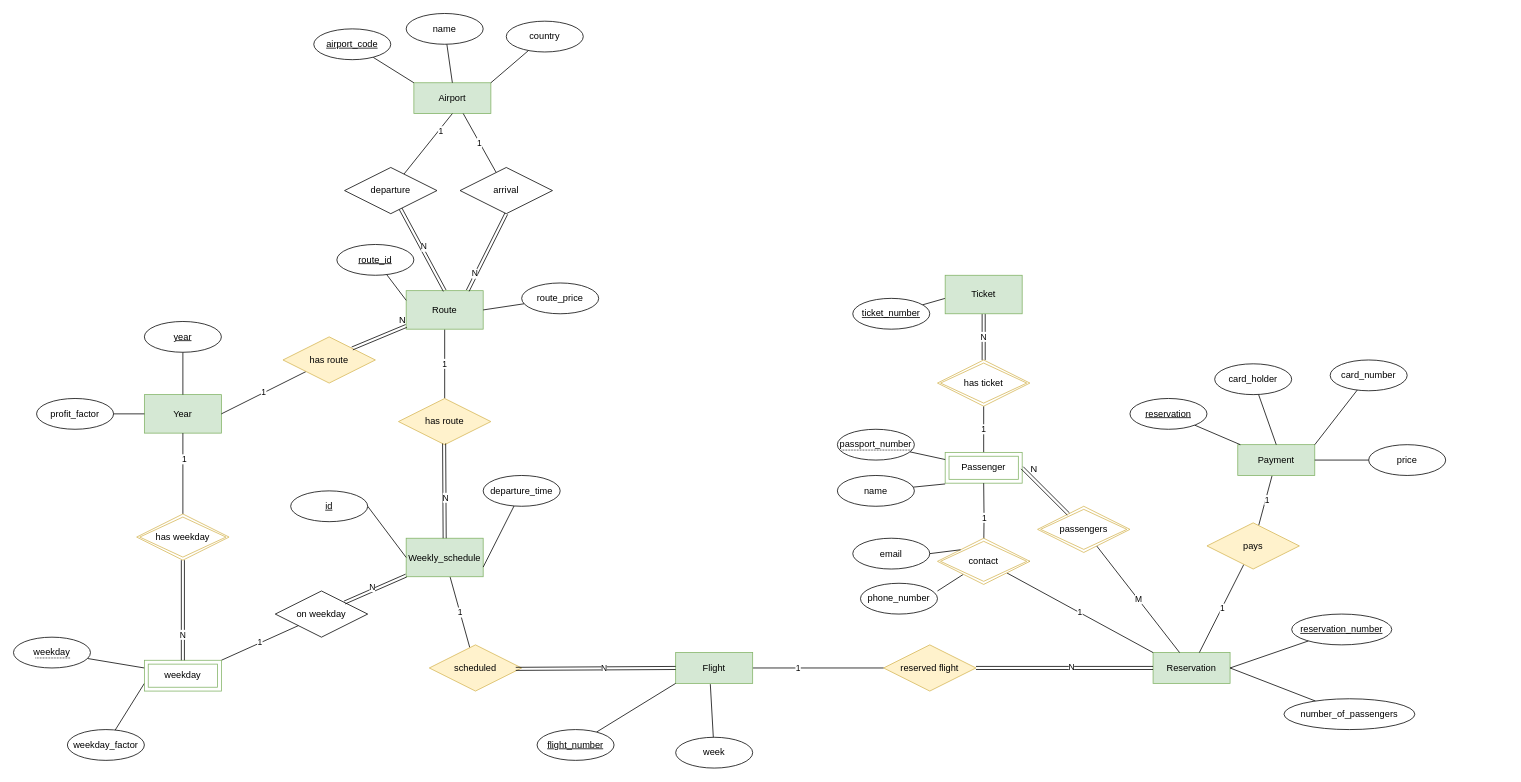
Earlier version of the draw.io diagram page "Page-1" (1 of 2) of lab4/lab4b.drawio (linderjohan/TDDD37-database-technology). Source tidied: cells renumbered, new cells numbered last; positions are measured from the earlier drawing's top-left corner, leaving out a move shared by most shapes. Both pictures are drawn from the tidied source at 77%, with x=0, y=0 at pixel (13, 13).
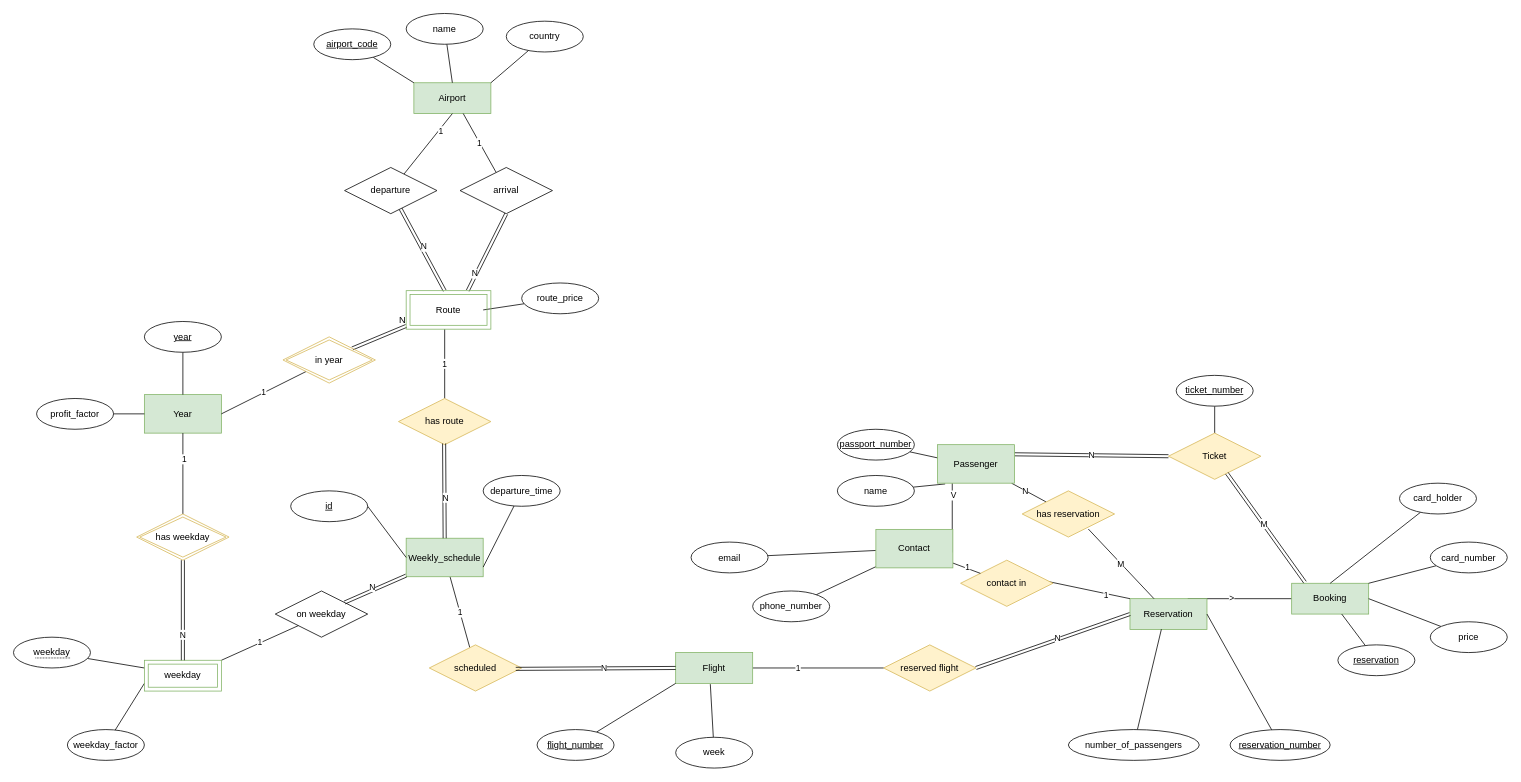
The same page after the edit.

The change refers to these unchanged cells:
```xml
<mxCell id="28" value="has route" style="shape=rhombus;perimeter=rhombusPerimeter;whiteSpace=wrap;html=1;align=center;fillColor=#fff2cc;strokeColor=#d6b656;" parent="1" vertex="1">
  <mxGeometry x="500" y="500" width="120" height="60" as="geometry" />
</mxCell>
<mxCell id="57" value="route_price" style="ellipse;whiteSpace=wrap;html=1;align=center;" parent="1" vertex="1">
  <mxGeometry x="660" y="350" width="100" height="40" as="geometry" />
</mxCell>
<mxCell id="59" value="Year" style="whiteSpace=wrap;html=1;align=center;fillColor=#d5e8d4;strokeColor=#82b366;" parent="1" vertex="1">
  <mxGeometry x="170" y="495" width="100" height="50" as="geometry" />
</mxCell>
```

The edit, as a diff of the source:
```diff
@@
-    <mxCell id="2" style="rounded=0;jettySize=auto;html=1;endArrow=none;endFill=0;" parent="1" edge="1" source="4" target="19">
+    <mxCell id="2" style="rounded=0;jettySize=auto;html=1;endArrow=none;endFill=0;entryX=0.75;entryY=0;entryDx=0;entryDy=0;" parent="1" edge="1" source="4" target="16">
       <mxGeometry relative="1" as="geometry" />
     </mxCell>
-    <mxCell id="3" value="1" style="edgeLabel;html=1;align=center;verticalAlign=middle;" parent="2" vertex="1">
-      <mxGeometry x="-0.06" y="2" relative="1" as="geometry">
-        <mxPoint x="-1" as="offset" />
-      </mxGeometry>
-    </mxCell>
+    <mxCell id="112" value="&amp;gt;" style="edgeLabel;html=1;align=center;verticalAlign=middle;" parent="2" vertex="1">
+      <mxGeometry x="0.17" y="-1" relative="1" as="geometry" />
+    </mxCell>
-    <mxCell id="4" value="Payment" style="whiteSpace=wrap;html=1;align=center;fillColor=#d5e8d4;strokeColor=#82b366;" parent="1" vertex="1">
-      <mxGeometry x="1590" y="560" width="100" height="40" as="geometry" />
+    <mxCell id="4" value="Booking" style="whiteSpace=wrap;html=1;align=center;fillColor=#d5e8d4;strokeColor=#82b366;" parent="1" vertex="1">
+      <mxGeometry x="1660" y="740" width="100" height="40" as="geometry" />
     </mxCell>
@@
     <mxCell id="6" value="reservation" style="ellipse;whiteSpace=wrap;html=1;align=center;fontStyle=4;" parent="1" vertex="1">
-      <mxGeometry x="1450" y="500" width="100" height="40" as="geometry" />
+      <mxGeometry x="1720" y="820" width="100" height="40" as="geometry" />
     </mxCell>
@@
     <mxCell id="8" value="card_holder" style="ellipse;whiteSpace=wrap;html=1;align=center;" parent="1" vertex="1">
-      <mxGeometry x="1560" y="455" width="100" height="40" as="geometry" />
+      <mxGeometry x="1800" y="610" width="100" height="40" as="geometry" />
     </mxCell>
@@
     <mxCell id="10" value="card_number" style="ellipse;whiteSpace=wrap;html=1;align=center;" parent="1" vertex="1">
-      <mxGeometry x="1710" y="450" width="100" height="40" as="geometry" />
+      <mxGeometry x="1840" y="686.5" width="100" height="40" as="geometry" />
     </mxCell>
@@
     <mxCell id="12" value="price" style="ellipse;whiteSpace=wrap;html=1;align=center;" parent="1" vertex="1">
-      <mxGeometry x="1760" y="560" width="100" height="40" as="geometry" />
+      <mxGeometry x="1840" y="790" width="100" height="40" as="geometry" />
     </mxCell>
-    <mxCell id="13" style="rounded=0;jettySize=auto;html=1;entryX=0;entryY=0.5;entryDx=0;entryDy=0;endArrow=none;endFill=0;" parent="1" edge="1" source="14">
-      <mxGeometry relative="1" as="geometry">
-        <mxPoint x="1210" y="370" as="targetPoint" />
-      </mxGeometry>
+    <mxCell id="13" style="rounded=0;jettySize=auto;html=1;entryX=0.5;entryY=0;entryDx=0;entryDy=0;endArrow=none;endFill=0;" parent="1" edge="1" source="14" target="111">
+      <mxGeometry relative="1" as="geometry" />
     </mxCell>
     <mxCell id="14" value="ticket_number" style="ellipse;whiteSpace=wrap;html=1;align=center;fontStyle=4;" parent="1" vertex="1">
-      <mxGeometry x="1090" y="370" width="100" height="40" as="geometry" />
+      <mxGeometry x="1510" y="470" width="100" height="40" as="geometry" />
     </mxCell>
-    <mxCell id="15" value="1" style="rounded=0;jettySize=auto;html=1;endArrow=none;endFill=0;exitX=0.5;exitY=1;exitDx=0;exitDy=0;" parent="1" edge="1" source="83">
-      <mxGeometry relative="1" as="geometry">
-        <mxPoint x="1260" y="570" as="targetPoint" />
-      </mxGeometry>
-    </mxCell>
     <mxCell id="16" value="Reservation" style="whiteSpace=wrap;html=1;align=center;fillColor=#d5e8d4;strokeColor=#82b366;" parent="1" vertex="1">
-      <mxGeometry x="1480" y="830" width="100" height="40" as="geometry" />
+      <mxGeometry x="1450" y="760" width="100" height="40" as="geometry" />
     </mxCell>
-    <mxCell id="17" style="rounded=0;jettySize=auto;html=1;endArrow=none;endFill=0;" parent="1" edge="1" source="19" target="16">
-      <mxGeometry relative="1" as="geometry" />
-    </mxCell>
-    <mxCell id="18" value="1" style="edgeLabel;html=1;align=center;verticalAlign=middle;" parent="17" vertex="1">
-      <mxGeometry relative="1" as="geometry" />
-    </mxCell>
-    <mxCell id="19" value="pays" style="shape=rhombus;perimeter=rhombusPerimeter;whiteSpace=wrap;html=1;align=center;fillColor=#fff2cc;strokeColor=#d6b656;" parent="1" vertex="1">
-      <mxGeometry x="1550" y="661.5" width="120" height="60" as="geometry" />
-    </mxCell>
-    <mxCell id="20" value="1" style="edgeStyle=none;rounded=0;jettySize=auto;html=1;entryX=0.5;entryY=0;entryDx=0;entryDy=0;endArrow=none;endFill=0;" parent="1" edge="1" source="21" target="28">
-      <mxGeometry relative="1" as="geometry" />
+    <mxCell id="20" value="1" style="edgeStyle=none;rounded=0;jettySize=auto;html=1;entryX=0.5;entryY=0;entryDx=0;entryDy=0;endArrow=none;endFill=0;" parent="1" edge="1" target="28">
+      <mxGeometry relative="1" as="geometry">
+        <mxPoint x="560" y="410" as="sourcePoint" />
+      </mxGeometry>
     </mxCell>
-    <mxCell id="21" value="Route" style="whiteSpace=wrap;html=1;align=center;fillColor=#d5e8d4;strokeColor=#82b366;" parent="1" vertex="1">
-      <mxGeometry x="510" y="360" width="100" height="50" as="geometry" />
-    </mxCell>
-    <mxCell id="22" value="Passenger" style="shape=ext;margin=3;double=1;whiteSpace=wrap;html=1;align=center;strokeColor=#82b366;fillColor=none;" parent="1" vertex="1">
-      <mxGeometry x="1210" y="570" width="100" height="40" as="geometry" />
-    </mxCell>
-    <mxCell id="23" style="rounded=0;jettySize=auto;html=1;entryX=0;entryY=0.25;entryDx=0;entryDy=0;endArrow=none;endFill=0;" parent="1" edge="1" source="24" target="21">
-      <mxGeometry relative="1" as="geometry" />
-    </mxCell>
-    <mxCell id="24" value="route_id" style="ellipse;whiteSpace=wrap;html=1;align=center;fontStyle=4;" parent="1" vertex="1">
-      <mxGeometry x="420" y="300" width="100" height="40" as="geometry" />
-    </mxCell>
-    <mxCell id="25" value="M" style="rounded=0;jettySize=auto;html=1;endArrow=none;endFill=0;strokeColor=#000000;" parent="1" edge="1" source="26" target="16">
+    <mxCell id="25" value="M" style="rounded=0;jettySize=auto;html=1;endArrow=none;endFill=0;strokeColor=#000000;exitX=0.716;exitY=0.826;exitDx=0;exitDy=0;exitPerimeter=0;" parent="1" edge="1" source="120" target="16">
       <mxGeometry relative="1" as="geometry" />
     </mxCell>
-    <mxCell id="26" value="passengers" style="shape=rhombus;double=1;perimeter=rhombusPerimeter;whiteSpace=wrap;html=1;align=center;strokeColor=#d6b656;fillColor=none;" parent="1" vertex="1">
-      <mxGeometry x="1330" y="640" width="120" height="60" as="geometry" />
-    </mxCell>
@@
-    <mxCell id="31" style="rounded=0;jettySize=auto;html=1;endArrow=none;endFill=0;strokeColor=#000000;" parent="1" edge="1" source="34" target="22">
-      <mxGeometry relative="1" as="geometry" />
+    <mxCell id="31" style="rounded=0;jettySize=auto;html=1;endArrow=none;endFill=0;strokeColor=#000000;" parent="1" edge="1" source="34">
+      <mxGeometry relative="1" as="geometry">
+        <mxPoint x="1210" y="579.3" as="targetPoint" />
+      </mxGeometry>
     </mxCell>
@@
-    <mxCell id="34" value="&lt;span style=&quot;border-bottom: 1px dotted&quot;&gt;passport_number&lt;/span&gt;" style="ellipse;whiteSpace=wrap;html=1;align=center;" parent="1" vertex="1">
+    <mxCell id="34" value="&lt;u&gt;passport_number&lt;/u&gt;" style="ellipse;whiteSpace=wrap;html=1;align=center;" parent="1" vertex="1">
       <mxGeometry x="1070" y="540" width="100" height="40" as="geometry" />
     </mxCell>
@@
     <mxCell id="43" value="reservation_number" style="ellipse;whiteSpace=wrap;html=1;align=center;fontStyle=4;" parent="1" vertex="1">
-      <mxGeometry x="1660" y="780" width="130" height="40" as="geometry" />
+      <mxGeometry x="1580" y="930" width="130" height="40" as="geometry" />
     </mxCell>
@@
-    <mxCell id="45" style="rounded=0;jettySize=auto;html=1;entryX=1;entryY=0.5;entryDx=0;entryDy=0;endArrow=none;endFill=0;strokeColor=#000000;" parent="1" edge="1" source="46" target="16">
+    <mxCell id="45" style="rounded=0;jettySize=auto;html=1;entryX=0.408;entryY=0.992;entryDx=0;entryDy=0;endArrow=none;endFill=0;strokeColor=#000000;entryPerimeter=0;" parent="1" edge="1" source="46" target="16">
       <mxGeometry relative="1" as="geometry" />
     </mxCell>
     <mxCell id="46" value="number_of_passengers" style="ellipse;whiteSpace=wrap;html=1;align=center;" parent="1" vertex="1">
-      <mxGeometry x="1650" y="890" width="170" height="40" as="geometry" />
+      <mxGeometry x="1370" y="930" width="170" height="40" as="geometry" />
     </mxCell>
+    <mxCell id="113" style="edgeStyle=none;rounded=0;jettySize=auto;html=1;endArrow=none;endFill=0;" parent="1" edge="1" source="47" target="124">
+      <mxGeometry relative="1" as="geometry" />
+    </mxCell>
     <mxCell id="47" value="phone_number" style="ellipse;whiteSpace=wrap;html=1;align=center;" parent="1" vertex="1">
-      <mxGeometry x="1100" y="740" width="100" height="40" as="geometry" />
+      <mxGeometry x="960" y="750" width="100" height="40" as="geometry" />
     </mxCell>
-    <mxCell id="48" style="edgeStyle=none;rounded=0;jettySize=auto;html=1;exitX=1;exitY=0.5;exitDx=0;exitDy=0;entryX=0;entryY=0;entryDx=0;entryDy=0;endArrow=none;endFill=0;strokeColor=#000000;" parent="1" edge="1" source="109">
-      <mxGeometry relative="1" as="geometry">
-        <mxPoint x="1235" y="712.5" as="targetPoint" />
-      </mxGeometry>
-    </mxCell>
+    <mxCell id="114" style="edgeStyle=none;rounded=0;jettySize=auto;html=1;endArrow=none;endFill=0;" parent="1" edge="1" source="49" target="124">
+      <mxGeometry relative="1" as="geometry" />
+    </mxCell>
     <mxCell id="49" value="email" style="ellipse;whiteSpace=wrap;html=1;align=center;" parent="1" vertex="1">
-      <mxGeometry x="1090" y="681.5" width="100" height="40" as="geometry" />
+      <mxGeometry x="880" y="686.5" width="100" height="40" as="geometry" />
     </mxCell>
@@
-    <mxCell id="54" style="shape=link;html=1;rounded=0;endArrow=none;endFill=0;strokeColor=#000000;exitX=1;exitY=0.5;exitDx=0;exitDy=0;" parent="1" edge="1" source="22" target="26">
-      <mxGeometry relative="1" as="geometry" />
-    </mxCell>
-    <mxCell id="55" value="N" style="html=1;align=right;verticalAlign=bottom;" parent="54" vertex="1">
-      <mxGeometry x="1" relative="1" as="geometry">
-        <mxPoint x="-39.8" y="-49.8" as="offset" />
-      </mxGeometry>
-    </mxCell>
-    <mxCell id="56" style="edgeStyle=none;rounded=0;jettySize=auto;html=1;entryX=1;entryY=0.5;entryDx=0;entryDy=0;endArrow=none;endFill=0;" parent="1" edge="1" source="57" target="21">
-      <mxGeometry relative="1" as="geometry" />
+    <mxCell id="56" style="edgeStyle=none;rounded=0;jettySize=auto;html=1;entryX=1;entryY=0.5;entryDx=0;entryDy=0;endArrow=none;endFill=0;" parent="1" edge="1" source="57">
+      <mxGeometry relative="1" as="geometry">
+        <mxPoint x="610" y="385" as="targetPoint" />
+      </mxGeometry>
     </mxCell>
@@
-    <mxCell id="77" value="1" style="edgeStyle=none;rounded=0;jettySize=auto;html=1;entryX=1;entryY=0.5;entryDx=0;entryDy=0;endArrow=none;endFill=0;strokeColor=#000000;" parent="1" edge="1" source="78" target="59">
-      <mxGeometry relative="1" as="geometry" />
+    <mxCell id="77" value="1" style="edgeStyle=none;rounded=0;jettySize=auto;html=1;entryX=1;entryY=0.5;entryDx=0;entryDy=0;endArrow=none;endFill=0;strokeColor=#000000;" parent="1" edge="1" target="59">
+      <mxGeometry relative="1" as="geometry">
+        <mxPoint x="380" y="465" as="sourcePoint" />
+      </mxGeometry>
     </mxCell>
-    <mxCell id="78" value="has route" style="shape=rhombus;perimeter=rhombusPerimeter;whiteSpace=wrap;html=1;align=center;fillColor=#fff2cc;strokeColor=#d6b656;" parent="1" vertex="1">
-      <mxGeometry x="350" y="420" width="120" height="60" as="geometry" />
-    </mxCell>
@@
-    <mxCell id="83" value="has ticket" style="shape=rhombus;double=1;perimeter=rhombusPerimeter;whiteSpace=wrap;html=1;align=center;strokeColor=#d6b656;fillColor=none;" parent="1" vertex="1">
-      <mxGeometry x="1200" y="450" width="120" height="60" as="geometry" />
-    </mxCell>
@@
-    <mxCell id="87" value="N" style="shape=link;html=1;rounded=0;endArrow=none;endFill=0;strokeColor=#000000;exitX=0.5;exitY=0;exitDx=0;exitDy=0;entryX=0.5;entryY=1;entryDx=0;entryDy=0;" parent="1" edge="1" source="83">
-      <mxGeometry relative="1" as="geometry">
-        <mxPoint x="1260" y="390" as="targetPoint" />
-      </mxGeometry>
+    <mxCell id="87" value="N" style="shape=link;html=1;rounded=0;endArrow=none;endFill=0;strokeColor=#000000;exitX=1;exitY=0.25;exitDx=0;exitDy=0;entryX=0;entryY=0.5;entryDx=0;entryDy=0;" parent="1" edge="1" source="22" target="111">
+      <mxGeometry relative="1" as="geometry" />
     </mxCell>
@@
-    <mxCell id="90" style="shape=link;html=1;rounded=0;endArrow=none;endFill=0;strokeColor=#000000;exitX=1;exitY=0;exitDx=0;exitDy=0;" parent="1" edge="1" source="78" target="21">
-      <mxGeometry relative="1" as="geometry" />
+    <mxCell id="90" style="shape=link;html=1;rounded=0;endArrow=none;endFill=0;strokeColor=#000000;exitX=1;exitY=0;exitDx=0;exitDy=0;" parent="1" edge="1">
+      <mxGeometry relative="1" as="geometry">
+        <mxPoint x="440" y="435" as="sourcePoint" />
+        <mxPoint x="510" y="405.8" as="targetPoint" />
+      </mxGeometry>
     </mxCell>
@@
-    <mxCell id="97" value="1" style="edgeStyle=none;rounded=0;jettySize=auto;html=1;entryX=0;entryY=0;entryDx=0;entryDy=0;endArrow=none;endFill=0;strokeColor=#000000;exitX=1;exitY=1;exitDx=0;exitDy=0;" parent="1" edge="1" source="109" target="16">
-      <mxGeometry relative="1" as="geometry" />
+    <mxCell id="97" style="edgeStyle=none;rounded=0;jettySize=auto;html=1;entryX=0;entryY=0;entryDx=0;entryDy=0;endArrow=none;endFill=0;strokeColor=#000000;exitX=1;exitY=1;exitDx=0;exitDy=0;" parent="1" edge="1" target="16">
+      <mxGeometry relative="1" as="geometry">
+        <mxPoint x="1290" y="726.5" as="sourcePoint" />
+      </mxGeometry>
     </mxCell>
+    <mxCell id="115" value="1" style="edgeLabel;html=1;align=center;verticalAlign=middle;" parent="97" vertex="1">
+      <mxGeometry x="0.6" y="-1" relative="1" as="geometry" />
+    </mxCell>
-    <mxCell id="98" value="1" style="edgeStyle=orthogonalEdgeStyle;rounded=0;jettySize=auto;html=1;endArrow=none;endFill=0;" parent="1" edge="1" target="22">
+    <mxCell id="98" style="edgeStyle=orthogonalEdgeStyle;rounded=0;orthogonalLoop=1;jettySize=auto;html=1;endArrow=none;endFill=0;" parent="1" edge="1">
       <mxGeometry relative="1" as="geometry">
-        <mxPoint x="1260" y="700" as="sourcePoint" />
+        <mxPoint x="1219.2" y="700" as="sourcePoint" />
+        <mxPoint x="1219.2" y="610" as="targetPoint" />
       </mxGeometry>
     </mxCell>
+    <mxCell id="116" value="V" style="edgeLabel;html=1;align=center;verticalAlign=middle;" parent="98" vertex="1">
+      <mxGeometry x="0.67" y="-1" relative="1" as="geometry" />
+    </mxCell>
@@
-    <mxCell id="108" style="rounded=0;jettySize=auto;html=1;entryX=1;entryY=0.25;entryDx=0;entryDy=0;entryPerimeter=0;endArrow=none;endFill=0;" parent="1" edge="1" source="109" target="47">
-      <mxGeometry relative="1" as="geometry" />
-    </mxCell>
-    <mxCell id="109" value="contact" style="shape=rhombus;double=1;perimeter=rhombusPerimeter;whiteSpace=wrap;html=1;align=center;strokeColor=#D6B656;" parent="1" vertex="1">
-      <mxGeometry x="1200" y="681.5" width="120" height="60" as="geometry" />
-    </mxCell>
-    <mxCell id="110" style="edgeStyle=none;rounded=0;jettySize=auto;html=1;exitX=1;exitY=0.5;exitDx=0;exitDy=0;entryX=0;entryY=0;entryDx=0;entryDy=0;endArrow=none;endFill=0;strokeColor=#000000;" parent="1" edge="1" source="49" target="109">
-      <mxGeometry relative="1" as="geometry" />
-    </mxCell>
+    <mxCell id="117" style="edgeStyle=none;rounded=0;jettySize=auto;html=1;endArrow=none;endFill=0;" parent="1" edge="1" source="22" target="120">
+      <mxGeometry relative="1" as="geometry" />
+    </mxCell>
+    <mxCell id="55" value="N" style="edgeLabel;html=1;align=center;verticalAlign=middle;" parent="117" vertex="1">
+      <mxGeometry x="-0.2" relative="1" as="geometry" />
+    </mxCell>
+    <mxCell id="22" value="Passenger" style="whiteSpace=wrap;html=1;align=center;fillColor=#d5e8d4;strokeColor=#82b366;" parent="1" vertex="1">
+      <mxGeometry x="1200" y="560" width="100" height="50" as="geometry" />
+    </mxCell>
-    <mxCell id="111" value="Ticket" style="whiteSpace=wrap;html=1;align=center;fillColor=#d5e8d4;strokeColor=#82b366;" parent="1" vertex="1">
-      <mxGeometry x="1210" y="340" width="100" height="50" as="geometry" />
+    <mxCell id="111" value="Ticket" style="shape=rhombus;perimeter=rhombusPerimeter;whiteSpace=wrap;html=1;align=center;fillColor=#fff2cc;strokeColor=#d6b656;" parent="1" vertex="1">
+      <mxGeometry x="1500" y="545" width="120" height="60" as="geometry" />
     </mxCell>
+    <mxCell id="118" style="shape=link;html=1;rounded=0;endArrow=none;endFill=0;exitX=0.173;exitY=-0.033;exitDx=0;exitDy=0;exitPerimeter=0;" parent="1" edge="1" source="4" target="111">
+      <mxGeometry relative="1" as="geometry" />
+    </mxCell>
+    <mxCell id="119" value="M" style="edgeLabel;html=1;align=center;verticalAlign=middle;" parent="118" vertex="1">
+      <mxGeometry x="0.07" y="-1" relative="1" as="geometry" />
+    </mxCell>
+    <mxCell id="120" value="has reservation" style="shape=rhombus;perimeter=rhombusPerimeter;whiteSpace=wrap;html=1;align=center;fillColor=#fff2cc;strokeColor=#d6b656;" parent="1" vertex="1">
+      <mxGeometry x="1310" y="620" width="120" height="60" as="geometry" />
+    </mxCell>
+    <mxCell id="121" value="contact in" style="shape=rhombus;perimeter=rhombusPerimeter;whiteSpace=wrap;html=1;align=center;fillColor=#fff2cc;strokeColor=#d6b656;" parent="1" vertex="1">
+      <mxGeometry x="1230" y="710" width="120" height="60" as="geometry" />
+    </mxCell>
+    <mxCell id="122" style="edgeStyle=none;rounded=0;jettySize=auto;html=1;endArrow=none;endFill=0;" parent="1" edge="1" source="124" target="121">
+      <mxGeometry relative="1" as="geometry" />
+    </mxCell>
+    <mxCell id="123" value="1" style="edgeLabel;html=1;align=center;verticalAlign=middle;" parent="122" vertex="1">
+      <mxGeometry y="2" relative="1" as="geometry" />
+    </mxCell>
+    <mxCell id="124" value="Contact" style="whiteSpace=wrap;html=1;align=center;fillColor=#d5e8d4;strokeColor=#82b366;" parent="1" vertex="1">
+      <mxGeometry x="1120" y="670" width="100" height="50" as="geometry" />
+    </mxCell>
+    <mxCell id="21" value="Route" style="shape=ext;margin=3;double=1;whiteSpace=wrap;html=1;align=center;strokeColor=#82b366;fillColor=none;" parent="1" vertex="1">
+      <mxGeometry x="510" y="360" width="110" height="50" as="geometry" />
+    </mxCell>
+    <mxCell id="125" value="in year" style="shape=rhombus;double=1;perimeter=rhombusPerimeter;whiteSpace=wrap;html=1;align=center;strokeColor=#d6b656;fillColor=none;" parent="1" vertex="1">
+      <mxGeometry x="350" y="420" width="120" height="60" as="geometry" />
+    </mxCell>
```
